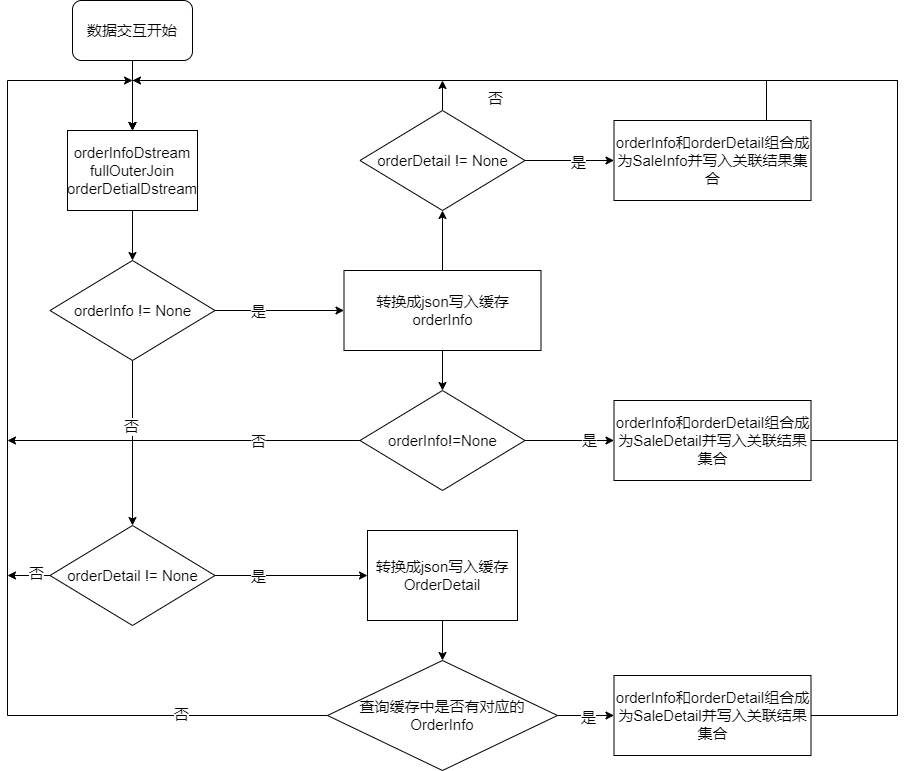
This is 双流join流程图.png from dyzcs/mall-2020, a draw.io export, as it was before one commit. Source tidied: cells renumbered, new cells last; positions are measured from the earlier drawing's top-left corner, leaving out a move shared by most shapes.
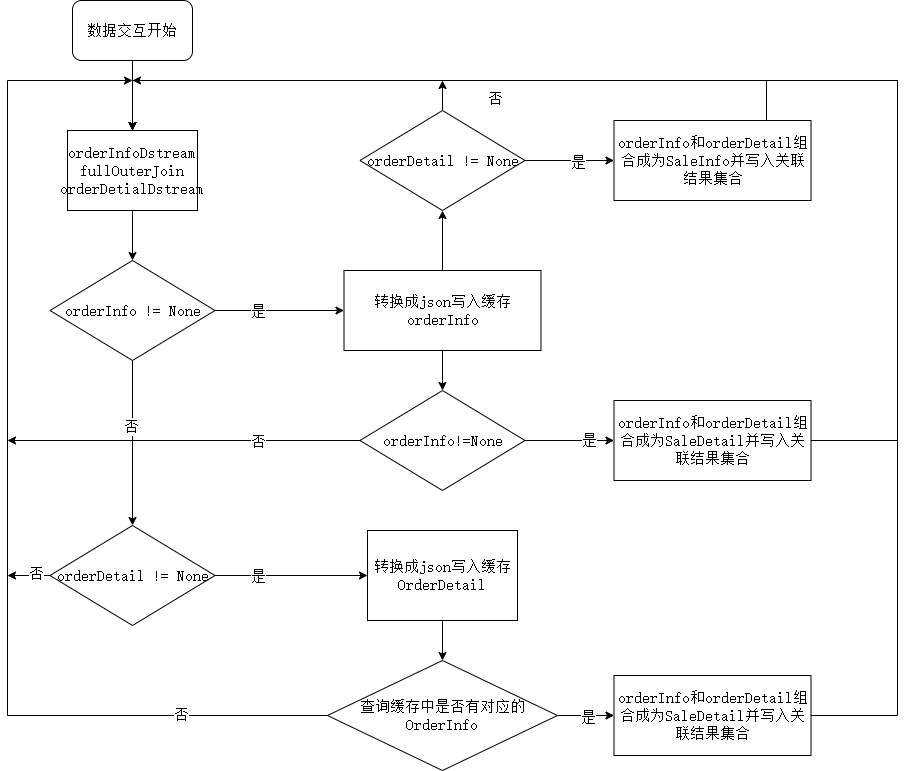
Above is the later version.

Commit message:
更新双流join流程图.png

Diff of the diagram source:
```diff
@@ -2,32 +2,32 @@
   <root>
     <mxCell id="0" />
     <mxCell id="1" parent="0" />
-    <mxCell id="2" style="edgeStyle=orthogonalEdgeStyle;rounded=0;jettySize=auto;html=1;fontSize=15;" parent="1" edge="1" source="6" target="10">
+    <mxCell id="2" style="edgeStyle=orthogonalEdgeStyle;rounded=0;jettySize=auto;html=1;fontSize=15;fontFamily=宋体;fontSource=https%3A%2F%2Ffonts.googleapis.com%2Fcss%3Ffamily%3D%25E5%25AE%258B%25E4%25BD%2593;" parent="1" edge="1" source="6" target="10">
       <mxGeometry relative="1" as="geometry" />
     </mxCell>
-    <mxCell id="3" value="否" style="edgeLabel;html=1;align=center;verticalAlign=middle;fontSize=15;" parent="2" vertex="1">
+    <mxCell id="3" value="否" style="edgeLabel;html=1;align=center;verticalAlign=middle;fontSize=15;fontFamily=宋体;fontSource=https%3A%2F%2Ffonts.googleapis.com%2Fcss%3Ffamily%3D%25E5%25AE%258B%25E4%25BD%2593;" parent="2" vertex="1">
       <mxGeometry x="-0.21" y="-2" relative="1" as="geometry" />
     </mxCell>
-    <mxCell id="4" style="edgeStyle=orthogonalEdgeStyle;rounded=0;jettySize=auto;html=1;fontSize=15;" parent="1" edge="1" source="6" target="17">
+    <mxCell id="4" style="edgeStyle=orthogonalEdgeStyle;rounded=0;jettySize=auto;html=1;fontSize=15;fontFamily=宋体;fontSource=https%3A%2F%2Ffonts.googleapis.com%2Fcss%3Ffamily%3D%25E5%25AE%258B%25E4%25BD%2593;" parent="1" edge="1" source="6" target="17">
       <mxGeometry relative="1" as="geometry" />
     </mxCell>
-    <mxCell id="5" value="是" style="edgeLabel;html=1;align=center;verticalAlign=middle;fontSize=15;" parent="4" vertex="1">
+    <mxCell id="5" value="是" style="edgeLabel;html=1;align=center;verticalAlign=middle;fontSize=15;fontFamily=宋体;fontSource=https%3A%2F%2Ffonts.googleapis.com%2Fcss%3Ffamily%3D%25E5%25AE%258B%25E4%25BD%2593;" parent="4" vertex="1">
       <mxGeometry x="0.36" y="1" relative="1" as="geometry">
         <mxPoint x="-44" y="1" as="offset" />
       </mxGeometry>
     </mxCell>
-    <mxCell id="6" value="orderInfo != None" style="strokeWidth=1;html=1;shape=mxgraph.flowchart.decision;whiteSpace=wrap;fontSize=15;" parent="1" vertex="1">
+    <mxCell id="6" value="orderInfo != None" style="strokeWidth=1;html=1;shape=mxgraph.flowchart.decision;whiteSpace=wrap;fontSize=15;fontFamily=宋体;fontSource=https%3A%2F%2Ffonts.googleapis.com%2Fcss%3Ffamily%3D%25E5%25AE%258B%25E4%25BD%2593;" parent="1" vertex="1">
       <mxGeometry x="42.5" y="260" width="165" height="100" as="geometry" />
     </mxCell>
-    <mxCell id="7" style="edgeStyle=orthogonalEdgeStyle;rounded=0;jettySize=auto;html=1;entryX=0;entryY=0.5;entryDx=0;entryDy=0;fontSize=15;" parent="1" edge="1" source="10" target="27">
+    <mxCell id="7" style="edgeStyle=orthogonalEdgeStyle;rounded=0;jettySize=auto;html=1;entryX=0;entryY=0.5;entryDx=0;entryDy=0;fontSize=15;fontFamily=宋体;fontSource=https%3A%2F%2Ffonts.googleapis.com%2Fcss%3Ffamily%3D%25E5%25AE%258B%25E4%25BD%2593;" parent="1" edge="1" source="10" target="27">
       <mxGeometry relative="1" as="geometry" />
     </mxCell>
-    <mxCell id="8" value="是" style="edgeLabel;html=1;align=center;verticalAlign=middle;fontSize=15;" parent="7" vertex="1">
+    <mxCell id="8" value="是" style="edgeLabel;html=1;align=center;verticalAlign=middle;fontSize=15;fontFamily=宋体;fontSource=https%3A%2F%2Ffonts.googleapis.com%2Fcss%3Ffamily%3D%25E5%25AE%258B%25E4%25BD%2593;" parent="7" vertex="1">
       <mxGeometry x="-0.65" y="-2" relative="1" as="geometry">
         <mxPoint x="17" y="-2" as="offset" />
       </mxGeometry>
     </mxCell>
-    <mxCell id="9" style="edgeStyle=orthogonalEdgeStyle;rounded=0;jettySize=auto;html=1;fontSize=15;" parent="1" edge="1" source="10">
+    <mxCell id="9" style="edgeStyle=orthogonalEdgeStyle;rounded=0;jettySize=auto;html=1;fontSize=15;fontFamily=宋体;fontSource=https%3A%2F%2Ffonts.googleapis.com%2Fcss%3Ffamily%3D%25E5%25AE%258B%25E4%25BD%2593;" parent="1" edge="1" source="10">
       <mxGeometry relative="1" as="geometry">
         <mxPoint y="575" as="targetPoint" />
         <Array as="points">
@@ -36,33 +36,33 @@
         </Array>
       </mxGeometry>
     </mxCell>
-    <mxCell id="10" value="orderDetail != None" style="strokeWidth=1;html=1;shape=mxgraph.flowchart.decision;whiteSpace=wrap;fontSize=15;" parent="1" vertex="1">
+    <mxCell id="10" value="orderDetail != None" style="strokeWidth=1;html=1;shape=mxgraph.flowchart.decision;whiteSpace=wrap;fontSize=15;fontFamily=宋体;fontSource=https%3A%2F%2Ffonts.googleapis.com%2Fcss%3Ffamily%3D%25E5%25AE%258B%25E4%25BD%2593;" parent="1" vertex="1">
       <mxGeometry x="42.5" y="525" width="165" height="100" as="geometry" />
     </mxCell>
-    <mxCell id="11" style="edgeStyle=orthogonalEdgeStyle;rounded=0;jettySize=auto;html=1;entryX=0;entryY=0.5;entryDx=0;entryDy=0;fontSize=15;" parent="1" edge="1" source="14" target="29">
+    <mxCell id="11" style="edgeStyle=orthogonalEdgeStyle;rounded=0;jettySize=auto;html=1;entryX=0;entryY=0.5;entryDx=0;entryDy=0;fontSize=15;fontFamily=宋体;fontSource=https%3A%2F%2Ffonts.googleapis.com%2Fcss%3Ffamily%3D%25E5%25AE%258B%25E4%25BD%2593;" parent="1" edge="1" source="14" target="29">
       <mxGeometry relative="1" as="geometry" />
     </mxCell>
-    <mxCell id="12" value="是" style="edgeLabel;html=1;align=center;verticalAlign=middle;fontSize=15;" parent="11" vertex="1">
+    <mxCell id="12" value="是" style="edgeLabel;html=1;align=center;verticalAlign=middle;fontSize=15;fontFamily=宋体;fontSource=https%3A%2F%2Ffonts.googleapis.com%2Fcss%3Ffamily%3D%25E5%25AE%258B%25E4%25BD%2593;" parent="11" vertex="1">
       <mxGeometry x="0.2" y="-1" relative="1" as="geometry" />
     </mxCell>
-    <mxCell id="13" style="edgeStyle=orthogonalEdgeStyle;rounded=0;jettySize=auto;html=1;fontSize=15;" parent="1" edge="1" source="14">
+    <mxCell id="13" style="edgeStyle=orthogonalEdgeStyle;rounded=0;jettySize=auto;html=1;fontSize=15;fontFamily=宋体;fontSource=https%3A%2F%2Ffonts.googleapis.com%2Fcss%3Ffamily%3D%25E5%25AE%258B%25E4%25BD%2593;" parent="1" edge="1" source="14">
       <mxGeometry relative="1" as="geometry">
         <mxPoint x="435" y="80" as="targetPoint" />
       </mxGeometry>
     </mxCell>
-    <mxCell id="14" value="orderDetail != None" style="strokeWidth=1;html=1;shape=mxgraph.flowchart.decision;whiteSpace=wrap;fontSize=15;" parent="1" vertex="1">
+    <mxCell id="14" value="orderDetail != None" style="strokeWidth=1;html=1;shape=mxgraph.flowchart.decision;whiteSpace=wrap;fontSize=15;fontFamily=宋体;fontSource=https%3A%2F%2Ffonts.googleapis.com%2Fcss%3Ffamily%3D%25E5%25AE%258B%25E4%25BD%2593;" parent="1" vertex="1">
       <mxGeometry x="352.5" y="110" width="165" height="100" as="geometry" />
     </mxCell>
-    <mxCell id="15" style="edgeStyle=orthogonalEdgeStyle;rounded=0;jettySize=auto;html=1;entryX=0.5;entryY=1;entryDx=0;entryDy=0;entryPerimeter=0;fontSize=15;" parent="1" edge="1" source="17" target="14">
+    <mxCell id="15" style="edgeStyle=orthogonalEdgeStyle;rounded=0;jettySize=auto;html=1;entryX=0.5;entryY=1;entryDx=0;entryDy=0;entryPerimeter=0;fontSize=15;fontFamily=宋体;fontSource=https%3A%2F%2Ffonts.googleapis.com%2Fcss%3Ffamily%3D%25E5%25AE%258B%25E4%25BD%2593;" parent="1" edge="1" source="17" target="14">
       <mxGeometry relative="1" as="geometry" />
     </mxCell>
-    <mxCell id="16" style="edgeStyle=orthogonalEdgeStyle;rounded=0;jettySize=auto;html=1;fontSize=15;" parent="1" edge="1" source="17" target="21">
+    <mxCell id="16" style="edgeStyle=orthogonalEdgeStyle;rounded=0;jettySize=auto;html=1;fontSize=15;fontFamily=宋体;fontSource=https%3A%2F%2Ffonts.googleapis.com%2Fcss%3Ffamily%3D%25E5%25AE%258B%25E4%25BD%2593;" parent="1" edge="1" source="17" target="21">
       <mxGeometry relative="1" as="geometry" />
     </mxCell>
-    <mxCell id="17" value="转换成json写入缓存&lt;br style=&quot;font-size: 15px;&quot;&gt;orderInfo" style="rounded=0;whiteSpace=wrap;html=1;absoluteArcSize=1;arcSize=14;strokeWidth=1;fontSize=15;" parent="1" vertex="1">
+    <mxCell id="17" value="转换成json写入缓存&lt;br style=&quot;font-size: 15px;&quot;&gt;orderInfo" style="rounded=0;whiteSpace=wrap;html=1;absoluteArcSize=1;arcSize=14;strokeWidth=1;fontSize=15;fontFamily=宋体;fontSource=https%3A%2F%2Ffonts.googleapis.com%2Fcss%3Ffamily%3D%25E5%25AE%258B%25E4%25BD%2593;" parent="1" vertex="1">
       <mxGeometry x="336.5" y="270" width="197" height="80" as="geometry" />
     </mxCell>
-    <mxCell id="18" style="edgeStyle=orthogonalEdgeStyle;rounded=0;jettySize=auto;html=1;fontSize=15;" parent="1" edge="1" source="21" target="31">
+    <mxCell id="18" style="edgeStyle=orthogonalEdgeStyle;rounded=0;jettySize=auto;html=1;fontSize=15;fontFamily=宋体;fontSource=https%3A%2F%2Ffonts.googleapis.com%2Fcss%3Ffamily%3D%25E5%25AE%258B%25E4%25BD%2593;" parent="1" edge="1" source="21" target="31">
       <mxGeometry relative="1" as="geometry">
         <Array as="points">
           <mxPoint x="566.5" y="440" />
@@ -70,23 +70,23 @@
         </Array>
       </mxGeometry>
     </mxCell>
-    <mxCell id="19" style="edgeStyle=orthogonalEdgeStyle;rounded=0;jettySize=auto;html=1;fontSize=15;" parent="1" edge="1" source="21">
+    <mxCell id="19" style="edgeStyle=orthogonalEdgeStyle;rounded=0;jettySize=auto;html=1;fontSize=15;fontFamily=宋体;fontSource=https%3A%2F%2Ffonts.googleapis.com%2Fcss%3Ffamily%3D%25E5%25AE%258B%25E4%25BD%2593;" parent="1" edge="1" source="21">
       <mxGeometry relative="1" as="geometry">
         <mxPoint y="440" as="targetPoint" />
       </mxGeometry>
     </mxCell>
-    <mxCell id="20" value="否" style="edgeLabel;html=1;align=center;verticalAlign=middle;fontSize=15;" parent="19" vertex="1">
+    <mxCell id="20" value="否" style="edgeLabel;html=1;align=center;verticalAlign=middle;fontSize=15;fontFamily=宋体;fontSource=https%3A%2F%2Ffonts.googleapis.com%2Fcss%3Ffamily%3D%25E5%25AE%258B%25E4%25BD%2593;" parent="19" vertex="1">
       <mxGeometry x="-0.31" y="3" relative="1" as="geometry">
         <mxPoint x="19" y="-3" as="offset" />
       </mxGeometry>
     </mxCell>
-    <mxCell id="21" value="orderInfo!=None" style="strokeWidth=1;html=1;shape=mxgraph.flowchart.decision;whiteSpace=wrap;fontSize=15;" parent="1" vertex="1">
+    <mxCell id="21" value="orderInfo!=None" style="strokeWidth=1;html=1;shape=mxgraph.flowchart.decision;whiteSpace=wrap;fontSize=15;fontFamily=宋体;fontSource=https%3A%2F%2Ffonts.googleapis.com%2Fcss%3Ffamily%3D%25E5%25AE%258B%25E4%25BD%2593;" parent="1" vertex="1">
       <mxGeometry x="352.5" y="390" width="165" height="100" as="geometry" />
     </mxCell>
-    <mxCell id="22" style="edgeStyle=orthogonalEdgeStyle;rounded=0;jettySize=auto;html=1;entryX=0;entryY=0.5;entryDx=0;entryDy=0;fontSize=15;" parent="1" edge="1" source="25" target="33">
+    <mxCell id="22" style="edgeStyle=orthogonalEdgeStyle;rounded=0;jettySize=auto;html=1;entryX=0;entryY=0.5;entryDx=0;entryDy=0;fontSize=15;fontFamily=宋体;fontSource=https%3A%2F%2Ffonts.googleapis.com%2Fcss%3Ffamily%3D%25E5%25AE%258B%25E4%25BD%2593;" parent="1" edge="1" source="25" target="33">
       <mxGeometry relative="1" as="geometry" />
     </mxCell>
-    <mxCell id="23" style="edgeStyle=orthogonalEdgeStyle;rounded=0;jettySize=auto;html=1;fontSize=15;" parent="1" edge="1" source="25">
+    <mxCell id="23" style="edgeStyle=orthogonalEdgeStyle;rounded=0;jettySize=auto;html=1;fontSize=15;fontFamily=宋体;fontSource=https%3A%2F%2Ffonts.googleapis.com%2Fcss%3Ffamily%3D%25E5%25AE%258B%25E4%25BD%2593;" parent="1" edge="1" source="25">
       <mxGeometry relative="1" as="geometry">
         <mxPoint x="125" y="80" as="targetPoint" />
         <Array as="points">
@@ -95,19 +95,19 @@
         </Array>
       </mxGeometry>
     </mxCell>
-    <mxCell id="24" value="否" style="edgeLabel;html=1;align=center;verticalAlign=middle;fontSize=15;" parent="23" vertex="1">
+    <mxCell id="24" value="否" style="edgeLabel;html=1;align=center;verticalAlign=middle;fontSize=15;fontFamily=宋体;fontSource=https%3A%2F%2Ffonts.googleapis.com%2Fcss%3Ffamily%3D%25E5%25AE%258B%25E4%25BD%2593;" parent="23" vertex="1">
       <mxGeometry x="-0.73" y="-2" relative="1" as="geometry" />
     </mxCell>
-    <mxCell id="25" value="查询缓存中是否有对应的&lt;br style=&quot;font-size: 15px;&quot;&gt;OrderInfo" style="strokeWidth=1;html=1;shape=mxgraph.flowchart.decision;whiteSpace=wrap;fontSize=15;" parent="1" vertex="1">
+    <mxCell id="25" value="查询缓存中是否有对应的&lt;br style=&quot;font-size: 15px;&quot;&gt;OrderInfo" style="strokeWidth=1;html=1;shape=mxgraph.flowchart.decision;whiteSpace=wrap;fontSize=15;fontFamily=宋体;fontSource=https%3A%2F%2Ffonts.googleapis.com%2Fcss%3Ffamily%3D%25E5%25AE%258B%25E4%25BD%2593;" parent="1" vertex="1">
       <mxGeometry x="320" y="660" width="230" height="110" as="geometry" />
     </mxCell>
-    <mxCell id="26" style="edgeStyle=orthogonalEdgeStyle;rounded=0;jettySize=auto;html=1;fontSize=15;" parent="1" edge="1" source="27" target="25">
+    <mxCell id="26" style="edgeStyle=orthogonalEdgeStyle;rounded=0;jettySize=auto;html=1;fontSize=15;fontFamily=宋体;fontSource=https%3A%2F%2Ffonts.googleapis.com%2Fcss%3Ffamily%3D%25E5%25AE%258B%25E4%25BD%2593;" parent="1" edge="1" source="27" target="25">
       <mxGeometry relative="1" as="geometry" />
     </mxCell>
-    <mxCell id="27" value="转换成json写入缓存&lt;br style=&quot;font-size: 15px;&quot;&gt;OrderDetail" style="rounded=0;whiteSpace=wrap;html=1;absoluteArcSize=1;arcSize=14;strokeWidth=1;fontSize=15;" parent="1" vertex="1">
+    <mxCell id="27" value="转换成json写入缓存&lt;br style=&quot;font-size: 15px;&quot;&gt;OrderDetail" style="rounded=0;whiteSpace=wrap;html=1;absoluteArcSize=1;arcSize=14;strokeWidth=1;fontSize=15;fontFamily=宋体;fontSource=https%3A%2F%2Ffonts.googleapis.com%2Fcss%3Ffamily%3D%25E5%25AE%258B%25E4%25BD%2593;" parent="1" vertex="1">
       <mxGeometry x="360" y="530" width="150" height="90" as="geometry" />
     </mxCell>
-    <mxCell id="28" style="edgeStyle=orthogonalEdgeStyle;rounded=0;jettySize=auto;html=1;fontSize=15;" parent="1" edge="1" source="29">
+    <mxCell id="28" style="edgeStyle=orthogonalEdgeStyle;rounded=0;jettySize=auto;html=1;fontSize=15;fontFamily=宋体;fontSource=https%3A%2F%2Ffonts.googleapis.com%2Fcss%3Ffamily%3D%25E5%25AE%258B%25E4%25BD%2593;" parent="1" edge="1" source="29">
       <mxGeometry relative="1" as="geometry">
         <mxPoint x="125" y="80" as="targetPoint" />
         <Array as="points">
@@ -116,10 +116,10 @@
         </Array>
       </mxGeometry>
     </mxCell>
-    <mxCell id="29" value="orderInfo和orderDetail组合成为SaleInfo并写入关联结果集合" style="rounded=0;whiteSpace=wrap;html=1;absoluteArcSize=1;arcSize=14;strokeWidth=1;fontSize=15;" parent="1" vertex="1">
+    <mxCell id="29" value="orderInfo和orderDetail组合成为SaleInfo并写入关联结果集合" style="rounded=0;whiteSpace=wrap;html=1;absoluteArcSize=1;arcSize=14;strokeWidth=1;fontSize=15;fontFamily=宋体;fontSource=https%3A%2F%2Ffonts.googleapis.com%2Fcss%3Ffamily%3D%25E5%25AE%258B%25E4%25BD%2593;" parent="1" vertex="1">
       <mxGeometry x="606.5" y="120" width="197" height="80" as="geometry" />
     </mxCell>
-    <mxCell id="30" style="edgeStyle=orthogonalEdgeStyle;rounded=0;jettySize=auto;html=1;entryX=0.5;entryY=0;entryDx=0;entryDy=0;exitX=1;exitY=0.5;exitDx=0;exitDy=0;fontSize=15;" parent="1" edge="1" source="31" target="37">
+    <mxCell id="30" style="edgeStyle=orthogonalEdgeStyle;rounded=0;jettySize=auto;html=1;entryX=0.5;entryY=0;entryDx=0;entryDy=0;exitX=1;exitY=0.5;exitDx=0;exitDy=0;fontSize=15;fontFamily=宋体;fontSource=https%3A%2F%2Ffonts.googleapis.com%2Fcss%3Ffamily%3D%25E5%25AE%258B%25E4%25BD%2593;" parent="1" edge="1" source="31" target="37">
       <mxGeometry relative="1" as="geometry">
         <Array as="points">
           <mxPoint x="890" y="440" />
@@ -128,10 +128,10 @@
         </Array>
       </mxGeometry>
     </mxCell>
-    <mxCell id="31" value="orderInfo和orderDetail组合成为SaleDetail并写入关联结果集合" style="rounded=0;whiteSpace=wrap;html=1;absoluteArcSize=1;arcSize=14;strokeWidth=1;fontSize=15;" parent="1" vertex="1">
+    <mxCell id="31" value="orderInfo和orderDetail组合成为SaleDetail并写入关联结果集合" style="rounded=0;whiteSpace=wrap;html=1;absoluteArcSize=1;arcSize=14;strokeWidth=1;fontSize=15;fontFamily=宋体;fontSource=https%3A%2F%2Ffonts.googleapis.com%2Fcss%3Ffamily%3D%25E5%25AE%258B%25E4%25BD%2593;" parent="1" vertex="1">
       <mxGeometry x="606.5" y="400" width="197" height="80" as="geometry" />
     </mxCell>
-    <mxCell id="32" style="edgeStyle=orthogonalEdgeStyle;rounded=0;jettySize=auto;html=1;entryX=0.5;entryY=0;entryDx=0;entryDy=0;exitX=1;exitY=0.5;exitDx=0;exitDy=0;fontSize=15;" parent="1" edge="1" source="33" target="37">
+    <mxCell id="32" style="edgeStyle=orthogonalEdgeStyle;rounded=0;jettySize=auto;html=1;entryX=0.5;entryY=0;entryDx=0;entryDy=0;exitX=1;exitY=0.5;exitDx=0;exitDy=0;fontSize=15;fontFamily=宋体;fontSource=https%3A%2F%2Ffonts.googleapis.com%2Fcss%3Ffamily%3D%25E5%25AE%258B%25E4%25BD%2593;" parent="1" edge="1" source="33" target="37">
       <mxGeometry relative="1" as="geometry">
         <Array as="points">
           <mxPoint x="890" y="715" />
@@ -140,10 +140,10 @@
         </Array>
       </mxGeometry>
     </mxCell>
-    <mxCell id="33" value="orderInfo和orderDetail组合成为SaleDetail并写入关联结果集合" style="rounded=0;whiteSpace=wrap;html=1;absoluteArcSize=1;arcSize=14;strokeWidth=1;fontSize=15;" parent="1" vertex="1">
+    <mxCell id="33" value="orderInfo和orderDetail组合成为SaleDetail并写入关联结果集合" style="rounded=0;whiteSpace=wrap;html=1;absoluteArcSize=1;arcSize=14;strokeWidth=1;fontSize=15;fontFamily=宋体;fontSource=https%3A%2F%2Ffonts.googleapis.com%2Fcss%3Ffamily%3D%25E5%25AE%258B%25E4%25BD%2593;" parent="1" vertex="1">
       <mxGeometry x="606.5" y="675" width="197" height="80" as="geometry" />
     </mxCell>
-    <mxCell id="34" style="edgeStyle=orthogonalEdgeStyle;rounded=0;jettySize=auto;html=1;fontSize=15;" parent="1" edge="1" source="35" target="37">
+    <mxCell id="34" style="edgeStyle=orthogonalEdgeStyle;rounded=0;jettySize=auto;html=1;fontSize=15;fontFamily=宋体;fontSource=https%3A%2F%2Ffonts.googleapis.com%2Fcss%3Ffamily%3D%25E5%25AE%258B%25E4%25BD%2593;" parent="1" edge="1" source="35" target="37">
       <mxGeometry relative="1" as="geometry">
         <Array as="points">
           <mxPoint x="125" y="80" />
@@ -151,31 +151,31 @@
         </Array>
       </mxGeometry>
     </mxCell>
-    <mxCell id="35" value="数据交互开始" style="rounded=1;whiteSpace=wrap;html=1;fontSize=15;" parent="1" vertex="1">
+    <mxCell id="35" value="数据交互开始" style="rounded=1;whiteSpace=wrap;html=1;fontSize=15;fontFamily=宋体;fontSource=https%3A%2F%2Ffonts.googleapis.com%2Fcss%3Ffamily%3D%25E5%25AE%258B%25E4%25BD%2593;" parent="1" vertex="1">
       <mxGeometry x="65" width="120" height="60" as="geometry" />
     </mxCell>
-    <mxCell id="36" style="edgeStyle=orthogonalEdgeStyle;rounded=0;jettySize=auto;html=1;entryX=0.5;entryY=0;entryDx=0;entryDy=0;entryPerimeter=0;fontSize=15;" parent="1" edge="1" source="37" target="6">
+    <mxCell id="36" style="edgeStyle=orthogonalEdgeStyle;rounded=0;jettySize=auto;html=1;entryX=0.5;entryY=0;entryDx=0;entryDy=0;entryPerimeter=0;fontSize=15;fontFamily=宋体;fontSource=https%3A%2F%2Ffonts.googleapis.com%2Fcss%3Ffamily%3D%25E5%25AE%258B%25E4%25BD%2593;" parent="1" edge="1" source="37" target="6">
       <mxGeometry relative="1" as="geometry" />
     </mxCell>
-    <mxCell id="37" value="&lt;span style=&quot;font-size: 15px;&quot;&gt;orderInfoDstream&lt;/span&gt;&lt;br style=&quot;font-size: 15px;&quot;&gt;&lt;span style=&quot;font-size: 15px;&quot;&gt;fullOuterJoin&lt;/span&gt;&lt;br style=&quot;font-size: 15px;&quot;&gt;&lt;span style=&quot;font-size: 15px;&quot;&gt;orderDetialDstream&lt;/span&gt;" style="rounded=0;whiteSpace=wrap;html=1;fontSize=15;" parent="1" vertex="1">
+    <mxCell id="37" value="&lt;span style=&quot;font-size: 15px;&quot;&gt;orderInfoDstream&lt;/span&gt;&lt;br style=&quot;font-size: 15px;&quot;&gt;&lt;span style=&quot;font-size: 15px;&quot;&gt;fullOuterJoin&lt;/span&gt;&lt;br style=&quot;font-size: 15px;&quot;&gt;&lt;span style=&quot;font-size: 15px;&quot;&gt;orderDetialDstream&lt;/span&gt;" style="rounded=0;whiteSpace=wrap;html=1;fontSize=15;fontFamily=宋体;fontSource=https%3A%2F%2Ffonts.googleapis.com%2Fcss%3Ffamily%3D%25E5%25AE%258B%25E4%25BD%2593;" parent="1" vertex="1">
       <mxGeometry x="60" y="130" width="130" height="80" as="geometry" />
     </mxCell>
-    <mxCell id="38" value="是" style="edgeLabel;html=1;align=center;verticalAlign=middle;fontSize=15;" parent="1" vertex="1">
+    <mxCell id="38" value="是" style="edgeLabel;html=1;align=center;verticalAlign=middle;fontSize=15;fontFamily=宋体;fontSource=https%3A%2F%2Ffonts.googleapis.com%2Fcss%3Ffamily%3D%25E5%25AE%258B%25E4%25BD%2593;" parent="1" vertex="1">
       <mxGeometry x="207.5" y="590" as="geometry">
         <mxPoint x="373" y="126" as="offset" />
       </mxGeometry>
     </mxCell>
-    <mxCell id="39" value="是" style="edgeLabel;html=1;align=center;verticalAlign=middle;fontSize=15;" parent="1" vertex="1">
+    <mxCell id="39" value="是" style="edgeLabel;html=1;align=center;verticalAlign=middle;fontSize=15;fontFamily=宋体;fontSource=https%3A%2F%2Ffonts.googleapis.com%2Fcss%3Ffamily%3D%25E5%25AE%258B%25E4%25BD%2593;" parent="1" vertex="1">
       <mxGeometry x="240" y="600" as="geometry">
         <mxPoint x="341" y="-161" as="offset" />
       </mxGeometry>
     </mxCell>
-    <mxCell id="40" value="否" style="edgeLabel;html=1;align=center;verticalAlign=middle;fontSize=15;" parent="1" vertex="1">
+    <mxCell id="40" value="否" style="edgeLabel;html=1;align=center;verticalAlign=middle;fontSize=15;fontFamily=宋体;fontSource=https%3A%2F%2Ffonts.googleapis.com%2Fcss%3Ffamily%3D%25E5%25AE%258B%25E4%25BD%2593;" parent="1" vertex="1">
       <mxGeometry x="341.5" y="319" as="geometry">
         <mxPoint x="146" y="-222" as="offset" />
       </mxGeometry>
     </mxCell>
-    <mxCell id="41" value="否" style="edgeLabel;html=1;align=center;verticalAlign=middle;fontSize=15;" parent="1" vertex="1">
+    <mxCell id="41" value="否" style="edgeLabel;html=1;align=center;verticalAlign=middle;fontSize=15;fontFamily=宋体;fontSource=https%3A%2F%2Ffonts.googleapis.com%2Fcss%3Ffamily%3D%25E5%25AE%258B%25E4%25BD%2593;" parent="1" vertex="1">
       <mxGeometry x="185" y="730" as="geometry">
         <mxPoint x="-157" y="-158" as="offset" />
       </mxGeometry>
```
